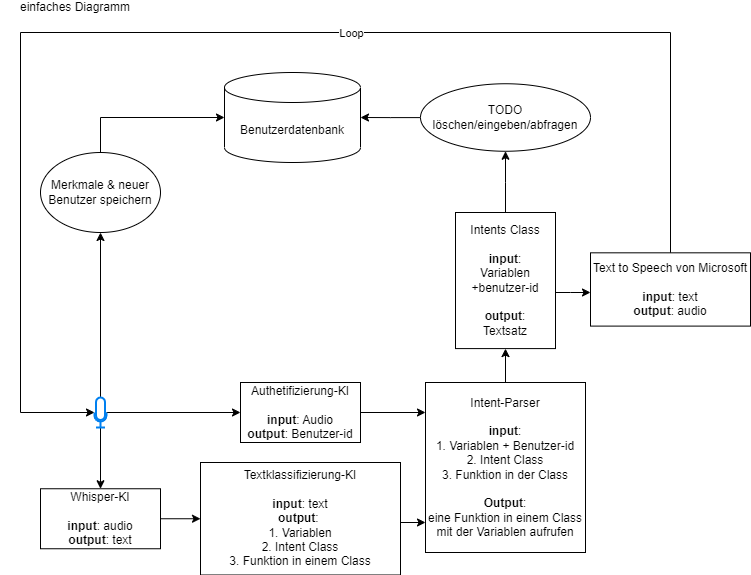
The draw.io diagram docs_image/einfaches_diagramm.drawio.png in anastasia98s/PS2, before a commit. Source tidied: cells renumbered, new cells last; positions are measured from the earlier drawing's top-left corner, leaving out a move shared by most shapes. Source of this version:
```xml
<mxGraphModel>
  <root>
    <mxCell id="0" />
    <mxCell id="1" parent="0" />
    <mxCell id="2" style="edgeStyle=orthogonalEdgeStyle;rounded=0;jettySize=auto;html=1;" parent="1" edge="1" source="5" target="7">
      <mxGeometry relative="1" as="geometry" />
    </mxCell>
    <mxCell id="3" style="edgeStyle=orthogonalEdgeStyle;rounded=0;jettySize=auto;html=1;" parent="1" edge="1" source="5" target="22">
      <mxGeometry relative="1" as="geometry" />
    </mxCell>
    <mxCell id="4" style="edgeStyle=orthogonalEdgeStyle;rounded=0;jettySize=auto;html=1;" parent="1" edge="1" source="5" target="11">
      <mxGeometry relative="1" as="geometry" />
    </mxCell>
    <mxCell id="5" style="html=1;verticalLabelPosition=bottom;align=center;labelBackgroundColor=#ffffff;verticalAlign=top;strokeWidth=2;strokeColor=#0080F0;shadow=0;dashed=0;shape=mxgraph.ios7.icons.microphone;" parent="1" vertex="1">
      <mxGeometry x="94" y="395" width="12" height="30" as="geometry" />
    </mxCell>
    <mxCell id="6" style="edgeStyle=orthogonalEdgeStyle;rounded=0;jettySize=auto;html=1;entryX=0;entryY=0.5;entryDx=0;entryDy=0;" parent="1" edge="1" source="7" target="9">
      <mxGeometry relative="1" as="geometry" />
    </mxCell>
    <mxCell id="7" value="Whisper-KI&lt;br&gt;&lt;br&gt;&lt;b&gt;input&lt;/b&gt;: audio&lt;br&gt;&lt;b&gt;output&lt;/b&gt;: text" style="rounded=0;whiteSpace=wrap;html=1;" parent="1" vertex="1">
      <mxGeometry x="40" y="486.2" width="120" height="60" as="geometry" />
    </mxCell>
    <mxCell id="8" style="edgeStyle=orthogonalEdgeStyle;rounded=0;jettySize=auto;html=1;" parent="1" edge="1" source="9" target="16">
      <mxGeometry relative="1" as="geometry">
        <Array as="points">
          <mxPoint x="420" y="520" />
          <mxPoint x="420" y="520" />
        </Array>
      </mxGeometry>
    </mxCell>
    <mxCell id="9" value="Textklassifizierung-KI&lt;br&gt;&lt;br&gt;&lt;b&gt;input&lt;/b&gt;: text&lt;br&gt;&lt;b&gt;output&lt;/b&gt;:&amp;nbsp;&lt;br&gt;1. Variablen&lt;br&gt;2. Intent Class&lt;br&gt;3. Funktion in einem Class" style="rounded=0;whiteSpace=wrap;html=1;" parent="1" vertex="1">
      <mxGeometry x="200" y="460" width="200" height="112.5" as="geometry" />
    </mxCell>
    <mxCell id="10" style="edgeStyle=orthogonalEdgeStyle;rounded=0;jettySize=auto;html=1;" parent="1" edge="1" source="11" target="16">
      <mxGeometry relative="1" as="geometry">
        <Array as="points">
          <mxPoint x="420" y="410" />
          <mxPoint x="420" y="410" />
        </Array>
      </mxGeometry>
    </mxCell>
    <mxCell id="11" value="Authetifizierung-KI&lt;br&gt;&lt;br&gt;&lt;b&gt;input&lt;/b&gt;: Audio&lt;br&gt;&lt;b&gt;output&lt;/b&gt;: Benutzer-id" style="rounded=0;whiteSpace=wrap;html=1;" parent="1" vertex="1">
      <mxGeometry x="240" y="380" width="120" height="60" as="geometry" />
    </mxCell>
    <mxCell id="12" style="edgeStyle=orthogonalEdgeStyle;rounded=0;jettySize=auto;html=1;" parent="1" edge="1" source="14" target="19">
      <mxGeometry relative="1" as="geometry">
        <Array as="points">
          <mxPoint x="570" y="290" />
          <mxPoint x="570" y="290" />
        </Array>
      </mxGeometry>
    </mxCell>
    <mxCell id="13" style="edgeStyle=orthogonalEdgeStyle;rounded=0;jettySize=auto;html=1;" parent="1" edge="1" source="14" target="24">
      <mxGeometry relative="1" as="geometry">
        <Array as="points">
          <mxPoint x="505" y="180" />
          <mxPoint x="505" y="180" />
        </Array>
      </mxGeometry>
    </mxCell>
    <mxCell id="14" value="Intents Class&lt;br&gt;&lt;br&gt;&lt;b&gt;input&lt;/b&gt;: &lt;br&gt;Variablen +benutzer-id&lt;br&gt;&lt;br&gt;&lt;b&gt;output&lt;/b&gt;:&lt;br&gt;Textsatz" style="rounded=0;whiteSpace=wrap;html=1;" parent="1" vertex="1">
      <mxGeometry x="455" y="210" width="100" height="136.1" as="geometry" />
    </mxCell>
    <mxCell id="15" style="edgeStyle=orthogonalEdgeStyle;rounded=0;jettySize=auto;html=1;" parent="1" edge="1" source="16" target="14">
      <mxGeometry relative="1" as="geometry" />
    </mxCell>
    <mxCell id="16" value="Intent-Parser&lt;br&gt;&lt;br&gt;&lt;b&gt;input&lt;/b&gt;:&lt;br&gt;1. Variablen + Benutzer-id&lt;br style=&quot;border-color: var(--border-color);&quot;&gt;2. Intent Class&lt;br style=&quot;border-color: var(--border-color);&quot;&gt;3. Funktion in der Class&lt;br&gt;&lt;br&gt;&lt;b&gt;Output&lt;/b&gt;:&lt;br&gt;eine Funktion in einem Class mit der Variablen aufrufen" style="rounded=0;whiteSpace=wrap;html=1;" parent="1" vertex="1">
      <mxGeometry x="425" y="380" width="160" height="170" as="geometry" />
    </mxCell>
    <mxCell id="17" style="edgeStyle=orthogonalEdgeStyle;rounded=0;jettySize=auto;html=1;" parent="1" edge="1" source="19" target="5">
      <mxGeometry relative="1" as="geometry">
        <Array as="points">
          <mxPoint x="670" y="30" />
          <mxPoint x="20" y="30" />
          <mxPoint x="20" y="410" />
        </Array>
      </mxGeometry>
    </mxCell>
    <mxCell id="18" value="Loop" style="edgeLabel;html=1;align=center;verticalAlign=middle;" parent="17" vertex="1">
      <mxGeometry x="-0.12" y="2" relative="1" as="geometry">
        <mxPoint x="44" y="-2" as="offset" />
      </mxGeometry>
    </mxCell>
    <mxCell id="19" value="Text to Speech von Microsoft&lt;br&gt;&lt;br&gt;&lt;b&gt;input&lt;/b&gt;: text&lt;br&gt;&lt;b&gt;output&lt;/b&gt;: audio" style="rounded=0;whiteSpace=wrap;html=1;" parent="1" vertex="1">
      <mxGeometry x="590" y="250.3" width="160" height="73.3" as="geometry" />
    </mxCell>
    <mxCell id="20" value="Benutzerdatenbank" style="shape=cylinder3;whiteSpace=wrap;html=1;boundedLbl=1;backgroundOutline=1;size=15;" parent="1" vertex="1">
      <mxGeometry x="224" y="70" width="136" height="90" as="geometry" />
    </mxCell>
    <mxCell id="21" style="edgeStyle=orthogonalEdgeStyle;rounded=0;jettySize=auto;html=1;" parent="1" edge="1" source="22" target="20">
      <mxGeometry relative="1" as="geometry">
        <Array as="points">
          <mxPoint x="100" y="115" />
        </Array>
      </mxGeometry>
    </mxCell>
    <mxCell id="22" value="Merkmale &amp;amp; neuer Benutzer speichern" style="ellipse;whiteSpace=wrap;html=1;" parent="1" vertex="1">
      <mxGeometry x="40" y="150" width="120" height="80" as="geometry" />
    </mxCell>
    <mxCell id="23" style="edgeStyle=orthogonalEdgeStyle;rounded=0;jettySize=auto;html=1;" parent="1" edge="1" source="24" target="20">
      <mxGeometry relative="1" as="geometry" />
    </mxCell>
    <mxCell id="24" value="TODO löschen/eingeben/abfragen" style="ellipse;whiteSpace=wrap;html=1;" parent="1" vertex="1">
      <mxGeometry x="420" y="81.2" width="170" height="67.5" as="geometry" />
    </mxCell>
    <mxCell id="25" value="einfaches Diagramm" style="text;html=1;strokeColor=none;fillColor=none;align=center;verticalAlign=middle;whiteSpace=wrap;rounded=0;" parent="1" vertex="1">
      <mxGeometry width="150" height="10" as="geometry" />
    </mxCell>
  </root>
</mxGraphModel>
```
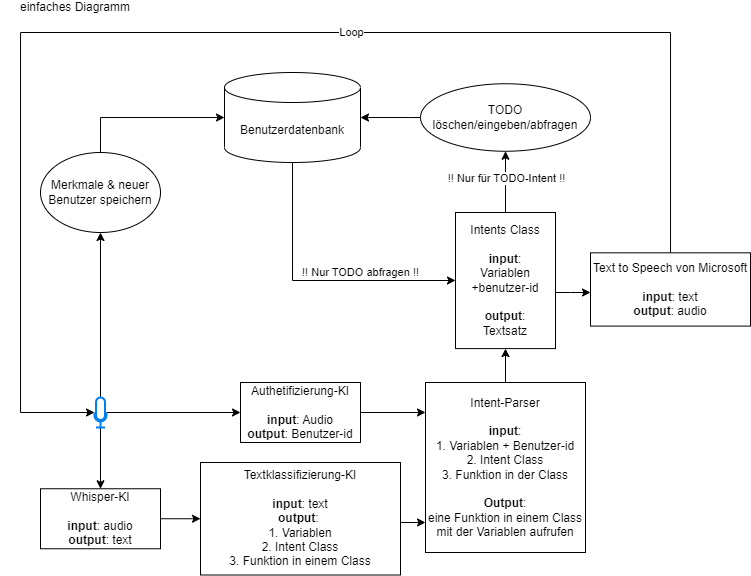
Later version of the same file.

Commit message:
Architektur doku

What changed in the source:
```diff
@@ -58,6 +58,9 @@
         </Array>
       </mxGeometry>
     </mxCell>
+    <mxCell id="26" value="!! Nur für TODO-Intent !!" style="edgeLabel;html=1;align=center;verticalAlign=middle;" parent="13" vertex="1">
+      <mxGeometry x="0.12" y="-1" relative="1" as="geometry" />
+    </mxCell>
     <mxCell id="14" value="Intents Class&lt;br&gt;&lt;br&gt;&lt;b&gt;input&lt;/b&gt;: &lt;br&gt;Variablen +benutzer-id&lt;br&gt;&lt;br&gt;&lt;b&gt;output&lt;/b&gt;:&lt;br&gt;Textsatz" style="rounded=0;whiteSpace=wrap;html=1;" parent="1" vertex="1">
       <mxGeometry x="455" y="210" width="100" height="136.1" as="geometry" />
     </mxCell>
@@ -84,6 +87,18 @@
     <mxCell id="19" value="Text to Speech von Microsoft&lt;br&gt;&lt;br&gt;&lt;b&gt;input&lt;/b&gt;: text&lt;br&gt;&lt;b&gt;output&lt;/b&gt;: audio" style="rounded=0;whiteSpace=wrap;html=1;" parent="1" vertex="1">
       <mxGeometry x="590" y="250.3" width="160" height="73.3" as="geometry" />
     </mxCell>
+    <mxCell id="27" style="edgeStyle=orthogonalEdgeStyle;rounded=0;jettySize=auto;html=1;" parent="1" edge="1" source="20" target="14">
+      <mxGeometry relative="1" as="geometry">
+        <Array as="points">
+          <mxPoint x="292" y="278" />
+        </Array>
+      </mxGeometry>
+    </mxCell>
+    <mxCell id="28" value="!! Nur TODO abfragen !!" style="edgeLabel;html=1;align=center;verticalAlign=middle;" parent="27" vertex="1">
+      <mxGeometry x="-0.48" relative="1" as="geometry">
+        <mxPoint x="68" y="37" as="offset" />
+      </mxGeometry>
+    </mxCell>
     <mxCell id="20" value="Benutzerdatenbank" style="shape=cylinder3;whiteSpace=wrap;html=1;boundedLbl=1;backgroundOutline=1;size=15;" parent="1" vertex="1">
       <mxGeometry x="224" y="70" width="136" height="90" as="geometry" />
     </mxCell>
@@ -98,7 +113,12 @@
       <mxGeometry x="40" y="150" width="120" height="80" as="geometry" />
     </mxCell>
     <mxCell id="23" style="edgeStyle=orthogonalEdgeStyle;rounded=0;jettySize=auto;html=1;" parent="1" edge="1" source="24" target="20">
-      <mxGeometry relative="1" as="geometry" />
+      <mxGeometry relative="1" as="geometry">
+        <Array as="points">
+          <mxPoint x="410" y="115" />
+          <mxPoint x="410" y="115" />
+        </Array>
+      </mxGeometry>
     </mxCell>
     <mxCell id="24" value="TODO löschen/eingeben/abfragen" style="ellipse;whiteSpace=wrap;html=1;" parent="1" vertex="1">
       <mxGeometry x="420" y="81.2" width="170" height="67.5" as="geometry" />
```
